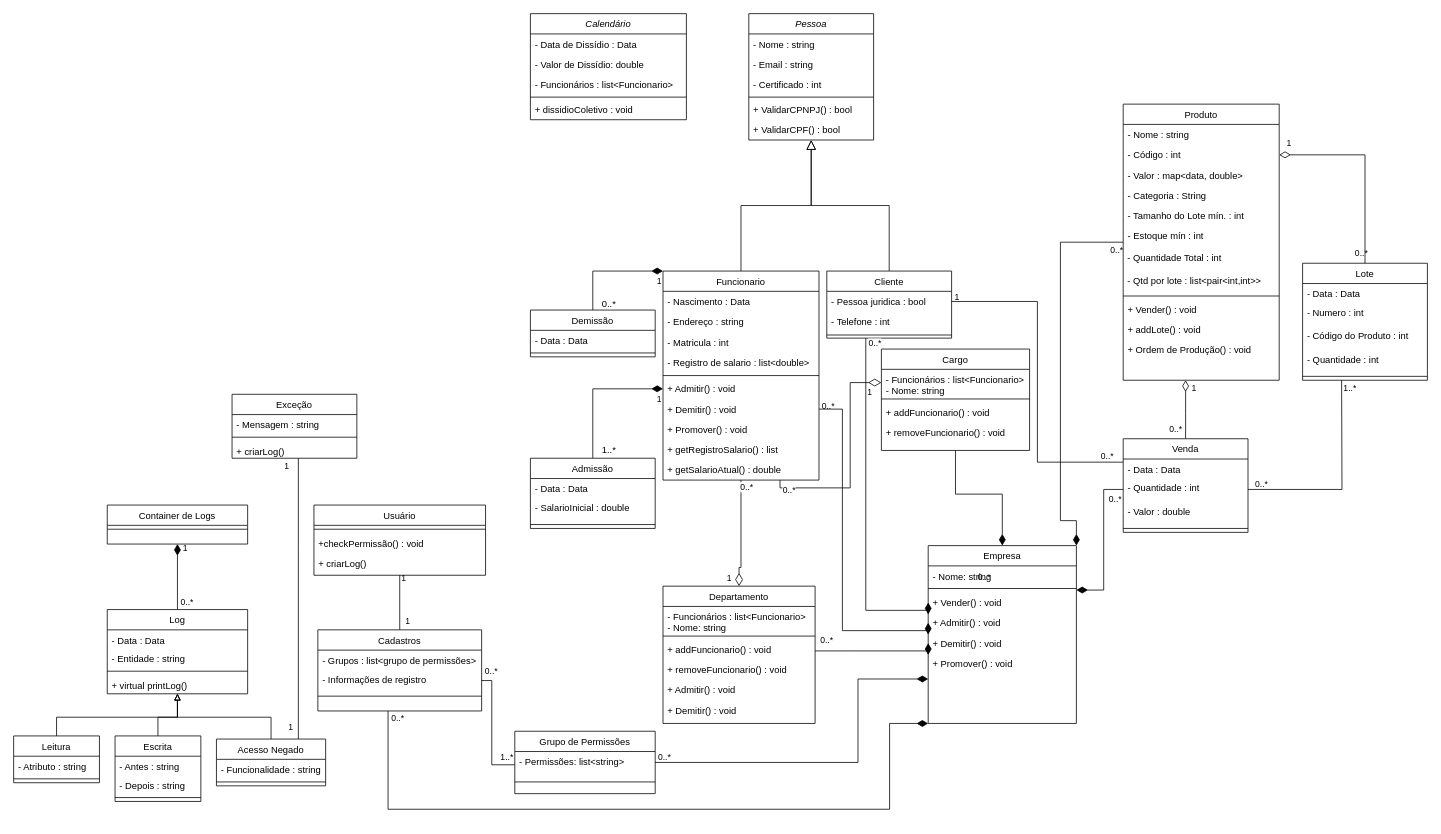
The draw.io diagram Sprint4.drawio in LDLPiao/tp_poo, before the edit. Source tidied: cells renumbered, new cells numbered last; positions are measured from the earlier drawing's top-left corner, leaving out a move shared by most shapes. Both pictures are drawn from the tidied source at 78%, with x=0, y=0 at pixel (13, 13).
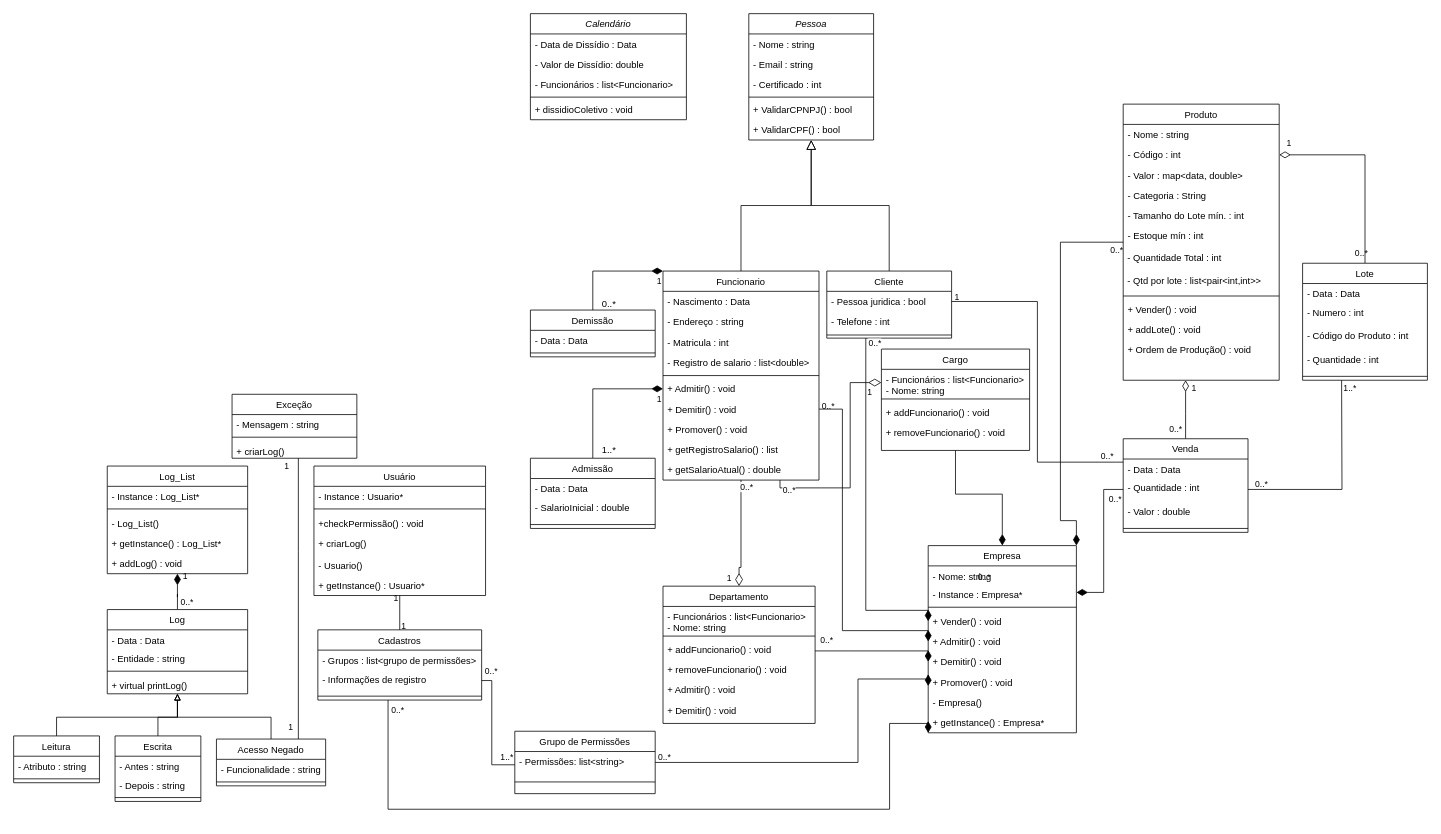
The same page after the edit.

Unchanged cells that the change refers to:
```xml
<mxCell id="41" style="endArrow=none;html=1;endSize=12;startArrow=diamondThin;startSize=14;startFill=0;edgeStyle=orthogonalEdgeStyle;rounded=0;exitX=0;exitY=0.5;exitDx=0;exitDy=0;entryX=0.75;entryY=1;entryDx=0;entryDy=0;endFill=0;" parent="1" edge="1" source="37" target="9">
  <mxGeometry relative="1" as="geometry" />
</mxCell>
```

Change to the diagram source:
```diff
@@
     <mxCell id="52" value="0..*" style="edgeLabel;html=1;align=right;verticalAlign=top;" parent="41" vertex="1">
       <mxGeometry x="1" relative="1" as="geometry">
-        <mxPoint x="-482" y="292" as="offset" />
+        <mxPoint x="-482" y="282" as="offset" />
       </mxGeometry>
     </mxCell>
@@
     <mxCell id="111" value="Empresa" style="swimlane;fontStyle=0;align=center;verticalAlign=top;horizontal=1;startSize=26;rounded=0;shadow=0;strokeWidth=1;" parent="1" vertex="1">
-      <mxGeometry x="1172.5" y="682" width="190" height="228" as="geometry" />
+      <mxGeometry x="1172.5" y="682" width="190" height="240" as="geometry" />
     </mxCell>
@@
+    <mxCell id="162" value="- Instance : Empresa*" style="text;align=left;verticalAlign=top;spacingLeft=4;spacingRight=4;overflow=hidden;" parent="111" vertex="1">
+      <mxGeometry y="50" width="190" height="24" as="geometry" />
+    </mxCell>
     <mxCell id="113" style="line;html=1;strokeWidth=1;align=left;verticalAlign=middle;spacingTop=-1;spacingLeft=3;spacingRight=3;labelPosition=right;" parent="111" vertex="1">
-      <mxGeometry y="50" width="190" height="10" as="geometry" />
+      <mxGeometry y="74" width="190" height="10" as="geometry" />
     </mxCell>
     <mxCell id="114" value="+ Vender() : void" style="text;align=left;verticalAlign=top;spacingLeft=4;spacingRight=4;overflow=hidden;points=[[0,0.5],[1,0.5]];portConstraint=eastwest;" parent="111" vertex="1">
-      <mxGeometry y="60" width="190" height="26" as="geometry" />
+      <mxGeometry y="84" width="190" height="26" as="geometry" />
     </mxCell>
     <mxCell id="115" value="+ Admitir() : void" style="text;align=left;verticalAlign=top;spacingLeft=4;spacingRight=4;overflow=hidden;points=[[0,0.5],[1,0.5]];portConstraint=eastwest;" parent="111" vertex="1">
-      <mxGeometry y="86" width="190" height="26" as="geometry" />
+      <mxGeometry y="110" width="190" height="26" as="geometry" />
     </mxCell>
     <mxCell id="116" value="+ Demitir() : void" style="text;align=left;verticalAlign=top;spacingLeft=4;spacingRight=4;overflow=hidden;points=[[0,0.5],[1,0.5]];portConstraint=eastwest;rounded=0;shadow=0;html=0;" parent="111" vertex="1">
-      <mxGeometry y="112" width="190" height="26" as="geometry" />
+      <mxGeometry y="136" width="190" height="26" as="geometry" />
     </mxCell>
     <mxCell id="117" value="+ Promover() : void" style="text;align=left;verticalAlign=top;spacingLeft=4;spacingRight=4;overflow=hidden;rounded=0;shadow=0;html=0;" parent="111" vertex="1">
-      <mxGeometry y="138" width="190" height="26" as="geometry" />
+      <mxGeometry y="162" width="190" height="26" as="geometry" />
     </mxCell>
+    <mxCell id="163" value="- Empresa()" style="text;align=left;verticalAlign=top;spacingLeft=4;spacingRight=4;overflow=hidden;rounded=0;shadow=0;html=0;" parent="111" vertex="1">
+      <mxGeometry y="188" width="190" height="26" as="geometry" />
+    </mxCell>
+    <mxCell id="164" value="+ getInstance() : Empresa*" style="text;align=left;verticalAlign=top;spacingLeft=4;spacingRight=4;overflow=hidden;rounded=0;shadow=0;html=0;" parent="111" vertex="1">
+      <mxGeometry y="214" width="190" height="26" as="geometry" />
+    </mxCell>
@@
     <mxCell id="125" value="Cadastros" style="swimlane;fontStyle=0;align=center;verticalAlign=top;horizontal=1;startSize=26;rounded=0;shadow=0;strokeWidth=1;" parent="1" vertex="1">
-      <mxGeometry x="390" y="790" width="210" height="104" as="geometry" />
+      <mxGeometry x="390" y="790" width="210" height="90" as="geometry" />
     </mxCell>
@@
     <mxCell id="129" value="1" style="edgeStyle=orthogonalEdgeStyle;rounded=0;jettySize=auto;html=1;entryX=0.5;entryY=0;entryDx=0;entryDy=0;endArrow=none;endFill=0;startSize=0;endSize=12;" parent="1" edge="1" source="130" target="125">
-      <mxGeometry x="-0.88" y="5" relative="1" as="geometry" />
+      <mxGeometry x="-0.82" y="-5" relative="1" as="geometry" />
     </mxCell>
     <mxCell id="130" value="Usuário" style="swimlane;fontStyle=0;align=center;verticalAlign=top;horizontal=1;startSize=26;rounded=0;shadow=0;strokeWidth=1;" parent="1" vertex="1">
-      <mxGeometry x="385" y="630" width="220" height="90" as="geometry" />
+      <mxGeometry x="385" y="580" width="220" height="166" as="geometry" />
     </mxCell>
+    <mxCell id="165" value="- Instance : Usuario*" style="text;align=left;verticalAlign=top;spacingLeft=4;spacingRight=4;overflow=hidden;" parent="130" vertex="1">
+      <mxGeometry y="26" width="220" height="24" as="geometry" />
+    </mxCell>
     <mxCell id="131" style="line;html=1;strokeWidth=1;align=left;verticalAlign=middle;spacingTop=-1;spacingLeft=3;spacingRight=3;labelPosition=right;" parent="130" vertex="1">
-      <mxGeometry y="26" width="220" height="10" as="geometry" />
+      <mxGeometry y="50" width="220" height="10" as="geometry" />
     </mxCell>
     <mxCell id="132" value="+checkPermissão() : void" style="text;align=left;verticalAlign=top;spacingLeft=4;spacingRight=4;overflow=hidden;" parent="130" vertex="1">
-      <mxGeometry y="36" width="220" height="26" as="geometry" />
+      <mxGeometry y="60" width="220" height="26" as="geometry" />
     </mxCell>
     <mxCell id="133" value="+ criarLog()" style="text;align=left;verticalAlign=top;spacingLeft=4;spacingRight=4;overflow=hidden;" parent="130" vertex="1">
-      <mxGeometry y="62" width="220" height="28" as="geometry" />
+      <mxGeometry y="86" width="220" height="28" as="geometry" />
     </mxCell>
+    <mxCell id="166" value="- Usuario()" style="text;align=left;verticalAlign=top;spacingLeft=4;spacingRight=4;overflow=hidden;rounded=0;shadow=0;html=0;" parent="130" vertex="1">
+      <mxGeometry y="114" width="220" height="26" as="geometry" />
+    </mxCell>
+    <mxCell id="167" value="+ getInstance() : Usuario*" style="text;align=left;verticalAlign=top;spacingLeft=4;spacingRight=4;overflow=hidden;rounded=0;shadow=0;html=0;" parent="130" vertex="1">
+      <mxGeometry y="140" width="220" height="26" as="geometry" />
+    </mxCell>
@@
-    <mxCell id="158" value="Container de Logs" style="swimlane;fontStyle=0;align=center;verticalAlign=top;horizontal=1;startSize=26;rounded=0;shadow=0;strokeWidth=1;" parent="1" vertex="1">
-      <mxGeometry x="120" y="630" width="180" height="50" as="geometry" />
+    <mxCell id="158" value="Log_List" style="swimlane;fontStyle=0;align=center;verticalAlign=top;horizontal=1;startSize=26;rounded=0;shadow=0;strokeWidth=1;" parent="1" vertex="1">
+      <mxGeometry x="120" y="580" width="180" height="138" as="geometry" />
     </mxCell>
+    <mxCell id="168" value="- Instance : Log_List*" style="text;align=left;verticalAlign=top;spacingLeft=4;spacingRight=4;overflow=hidden;" parent="158" vertex="1">
+      <mxGeometry y="26" width="180" height="24" as="geometry" />
+    </mxCell>
     <mxCell id="159" style="line;html=1;strokeWidth=1;align=left;verticalAlign=middle;spacingTop=-1;spacingLeft=3;spacingRight=3;labelPosition=right;" parent="158" vertex="1">
-      <mxGeometry y="26" width="180" height="10" as="geometry" />
+      <mxGeometry y="50" width="180" height="10" as="geometry" />
     </mxCell>
+    <mxCell id="169" value="- Log_List()" style="text;align=left;verticalAlign=top;spacingLeft=4;spacingRight=4;overflow=hidden;rounded=0;shadow=0;html=0;" parent="158" vertex="1">
+      <mxGeometry y="60" width="180" height="26" as="geometry" />
+    </mxCell>
+    <mxCell id="170" value="+ getInstance() : Log_List*" style="text;align=left;verticalAlign=top;spacingLeft=4;spacingRight=4;overflow=hidden;rounded=0;shadow=0;html=0;" parent="158" vertex="1">
+      <mxGeometry y="86" width="180" height="26" as="geometry" />
+    </mxCell>
+    <mxCell id="171" value="+ addLog() : void" style="text;align=left;verticalAlign=top;spacingLeft=4;spacingRight=4;overflow=hidden;rounded=0;shadow=0;html=0;" parent="158" vertex="1">
+      <mxGeometry y="112" width="180" height="26" as="geometry" />
+    </mxCell>
+    <mxCell id="161" value="1" style="text;html=1;align=center;verticalAlign=middle;strokeColor=none;fillColor=none;fontSize=11;" parent="1" vertex="1">
+      <mxGeometry x="340" y="900" width="30" height="30" as="geometry" />
+    </mxCell>
     <mxCell id="160" value="&lt;font style=&quot;font-size: 11px;&quot;&gt;1&lt;/font&gt;" style="text;html=1;align=center;verticalAlign=middle;strokeColor=none;fillColor=none;" parent="1" vertex="1">
-      <mxGeometry x="490" y="764" width="30" height="30" as="geometry" />
+      <mxGeometry x="395" y="770" width="210" height="30" as="geometry" />
     </mxCell>
-    <mxCell id="161" value="1" style="text;html=1;align=center;verticalAlign=middle;strokeColor=none;fillColor=none;fontSize=11;" parent="1" vertex="1">
-      <mxGeometry x="340" y="900" width="30" height="30" as="geometry" />
-    </mxCell>
```
